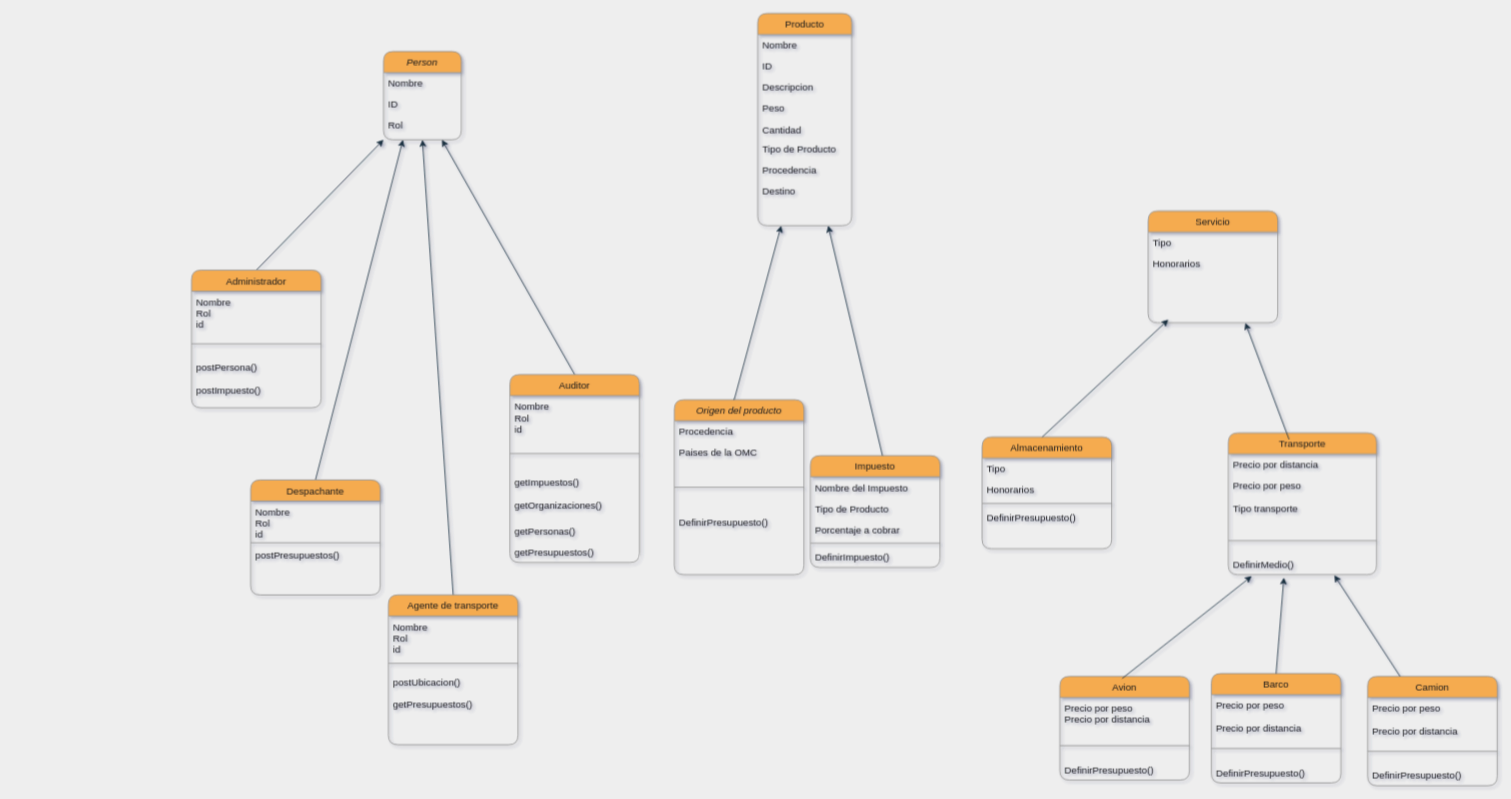
Earlier version of the draw.io diagram Diagrama_de_clases.drawio (LP3kmikristian/TP_ARCE_DOREGO). Source tidied: cells renumbered, new cells numbered last; positions are measured from the earlier drawing's top-left corner, leaving out a move shared by most shapes. Both pictures are drawn from the tidied source at 81%, with x=0, y=0 at pixel (191, 13).
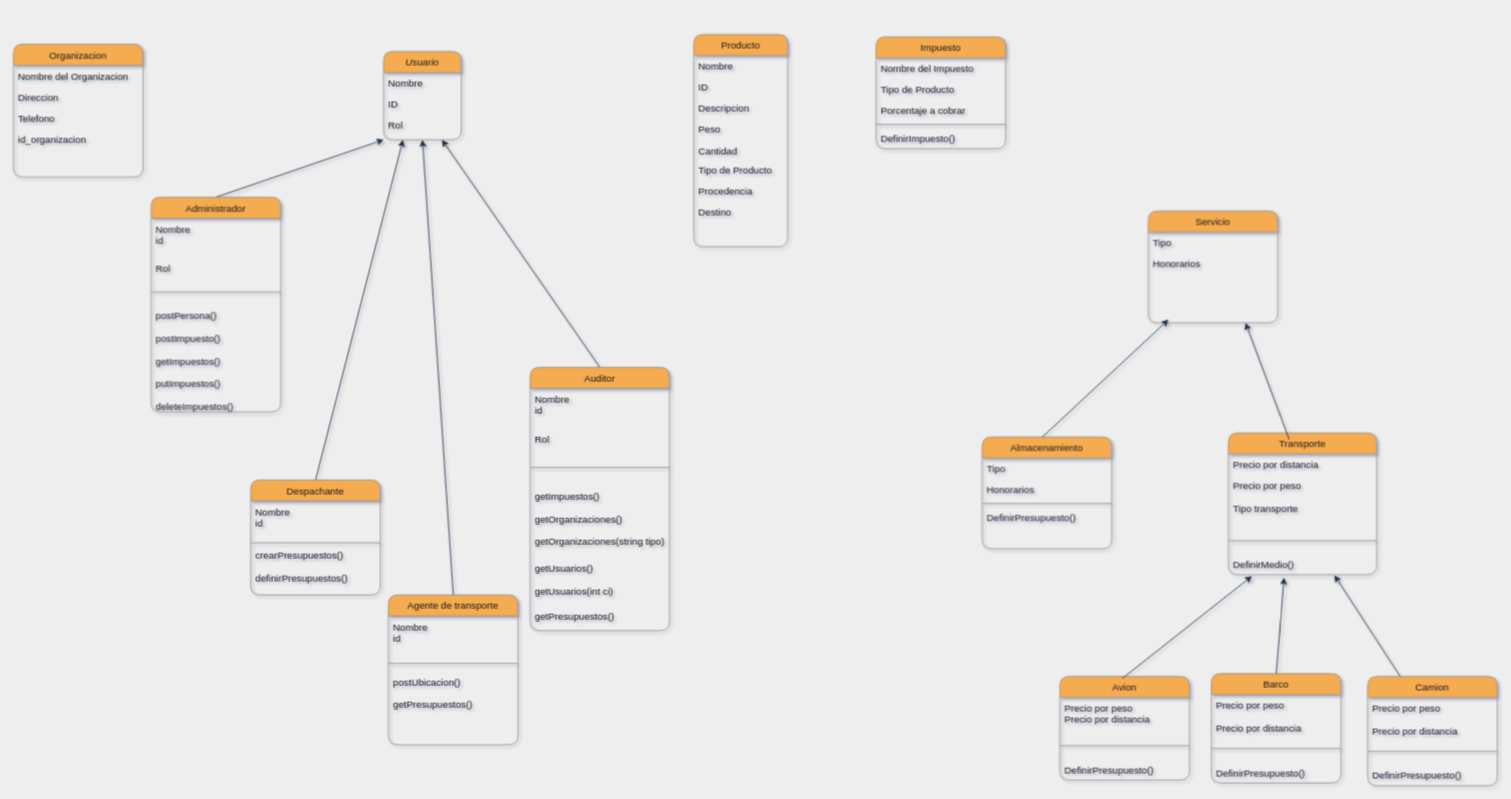
Above is the later version.

The change refers to these unchanged cells:
```xml
<mxCell id="41" value="Despachante" style="swimlane;fontStyle=0;align=center;verticalAlign=top;horizontal=1;startSize=26;rounded=1;shadow=0;strokeWidth=1;fillColor=#F5AB50;strokeColor=#909090;fontColor=#1A1A1A;" parent="1" vertex="1">
  <mxGeometry x="73" y="576" width="160" height="142" as="geometry" />
</mxCell>
<mxCell id="46" value="Agente de transporte" style="swimlane;fontStyle=0;align=center;verticalAlign=top;horizontal=1;startSize=26;rounded=1;shadow=0;strokeWidth=1;fillColor=#F5AB50;strokeColor=#909090;fontColor=#1A1A1A;" parent="1" vertex="1">
  <mxGeometry x="243" y="718" width="160" height="185" as="geometry" />
</mxCell>
```

Change to the diagram source:
```diff
@@
-    <mxCell id="2" value="Person" style="swimlane;fontStyle=2;align=center;verticalAlign=top;horizontal=1;startSize=26;rounded=1;shadow=0;strokeWidth=1;fillColor=#F5AB50;strokeColor=#909090;fontColor=#1A1A1A;" parent="1" vertex="1">
+    <mxCell id="2" value="Usuario" style="swimlane;fontStyle=2;align=center;verticalAlign=top;horizontal=1;startSize=26;rounded=1;shadow=0;strokeWidth=1;fillColor=#F5AB50;strokeColor=#909090;fontColor=#1A1A1A;" parent="1" vertex="1">
       <mxGeometry x="237" y="47" width="96" height="109" as="geometry" />
     </mxCell>
@@
-    <mxCell id="5" value="Rol" style="text;strokeColor=none;fillColor=none;align=left;verticalAlign=top;spacingLeft=4;spacingRight=4;overflow=hidden;rounded=1;fontColor=#1A1A1A;" parent="2" vertex="1">
-      <mxGeometry y="78" width="96" height="26" as="geometry" />
-    </mxCell>
+    <mxCell id="81" value="Rol" style="text;align=left;verticalAlign=top;spacingLeft=4;spacingRight=4;overflow=hidden;rounded=1;shadow=0;html=0;fontColor=#1A1A1A;" parent="2" vertex="1">
+      <mxGeometry y="78" width="96" height="26" as="geometry" />
+    </mxCell>
@@
     <mxCell id="13" value="Producto" style="swimlane;fontStyle=0;align=center;verticalAlign=top;horizontal=1;startSize=26;rounded=1;shadow=0;strokeWidth=1;fillColor=#F5AB50;strokeColor=#909090;fontColor=#1A1A1A;" parent="1" vertex="1">
-      <mxGeometry x="699" width="116" height="262" as="geometry" />
+      <mxGeometry x="620" y="26" width="116" height="262" as="geometry" />
     </mxCell>
@@
-    <mxCell id="27" value="Origen del producto" style="swimlane;fontStyle=2;align=center;verticalAlign=top;horizontal=1;startSize=26;rounded=1;shadow=0;strokeWidth=1;fillColor=#F5AB50;strokeColor=#909090;fontColor=#1A1A1A;" parent="1" vertex="1">
-      <mxGeometry x="596" y="477" width="160" height="216" as="geometry" />
-    </mxCell>
-    <mxCell id="28" value="Procedencia" style="text;align=left;verticalAlign=top;spacingLeft=4;spacingRight=4;overflow=hidden;fontColor=#1A1A1A;rounded=1;" parent="27" vertex="1">
-      <mxGeometry y="26" width="160" height="26" as="geometry" />
-    </mxCell>
-    <mxCell id="29" value="Paises de la OMC" style="text;strokeColor=none;fillColor=none;align=left;verticalAlign=top;spacingLeft=4;spacingRight=4;overflow=hidden;rounded=1;fontColor=#1A1A1A;" parent="27" vertex="1">
-      <mxGeometry y="52" width="160" height="26" as="geometry" />
-    </mxCell>
-    <mxCell id="30" style="line;html=1;strokeWidth=1;align=left;verticalAlign=middle;spacingTop=-1;spacingLeft=3;spacingRight=3;labelPosition=right;fillColor=#F5AB50;strokeColor=#909090;fontColor=#1A1A1A;rounded=1;labelBackgroundColor=#EEEEEE;" parent="27" vertex="1">
-      <mxGeometry y="78" width="160" height="60" as="geometry" />
-    </mxCell>
-    <mxCell id="31" value="DefinirPresupuesto()" style="text;strokeColor=none;fillColor=none;align=left;verticalAlign=top;spacingLeft=4;spacingRight=4;overflow=hidden;rounded=1;fontColor=#1A1A1A;" parent="27" vertex="1">
-      <mxGeometry y="138" width="160" height="26" as="geometry" />
-    </mxCell>
@@
-    <mxCell id="42" value="Nombre&#10;Rol&#10;id" style="text;align=left;verticalAlign=top;spacingLeft=4;spacingRight=4;overflow=hidden;fontColor=#1A1A1A;rounded=1;" parent="41" vertex="1">
+    <mxCell id="42" value="Nombre&#10;id" style="text;align=left;verticalAlign=top;spacingLeft=4;spacingRight=4;overflow=hidden;fontColor=#1A1A1A;rounded=1;" parent="41" vertex="1">
       <mxGeometry y="26" width="160" height="49" as="geometry" />
     </mxCell>
@@
-    <mxCell id="44" value="postPresupuestos()&#10;" style="text;align=left;verticalAlign=top;spacingLeft=4;spacingRight=4;overflow=hidden;fontColor=#1A1A1A;rounded=1;" parent="41" vertex="1">
+    <mxCell id="44" value="crearPresupuestos()&#10;&#10;definirPresupuestos()&#10;" style="text;align=left;verticalAlign=top;spacingLeft=4;spacingRight=4;overflow=hidden;fontColor=#1A1A1A;rounded=1;" parent="41" vertex="1">
       <mxGeometry y="80" width="160" height="60" as="geometry" />
     </mxCell>
@@
-    <mxCell id="47" value="Nombre&#10;Rol&#10;id" style="text;align=left;verticalAlign=top;spacingLeft=4;spacingRight=4;overflow=hidden;fontColor=#1A1A1A;rounded=1;" parent="46" vertex="1">
+    <mxCell id="47" value="Nombre&#10;id" style="text;align=left;verticalAlign=top;spacingLeft=4;spacingRight=4;overflow=hidden;fontColor=#1A1A1A;rounded=1;" parent="46" vertex="1">
       <mxGeometry y="26" width="160" height="49" as="geometry" />
     </mxCell>
@@
     <mxCell id="51" value="Auditor" style="swimlane;fontStyle=0;align=center;verticalAlign=top;horizontal=1;startSize=26;rounded=1;shadow=0;strokeWidth=1;fillColor=#F5AB50;strokeColor=#909090;fontColor=#1A1A1A;" parent="1" vertex="1">
-      <mxGeometry x="393" y="446" width="160" height="232" as="geometry" />
+      <mxGeometry x="418" y="437" width="172" height="325" as="geometry" />
     </mxCell>
-    <mxCell id="52" value="Nombre&#10;Rol&#10;id" style="text;align=left;verticalAlign=top;spacingLeft=4;spacingRight=4;overflow=hidden;fontColor=#1A1A1A;rounded=1;" parent="51" vertex="1">
-      <mxGeometry y="26" width="160" height="49" as="geometry" />
+    <mxCell id="52" value="Nombre&#10;id" style="text;align=left;verticalAlign=top;spacingLeft=4;spacingRight=4;overflow=hidden;fontColor=#1A1A1A;rounded=1;" parent="51" vertex="1">
+      <mxGeometry y="26" width="172" height="49" as="geometry" />
     </mxCell>
+    <mxCell id="82" value="Rol" style="text;align=left;verticalAlign=top;spacingLeft=4;spacingRight=4;overflow=hidden;rounded=1;shadow=0;html=0;fontColor=#1A1A1A;" parent="51" vertex="1">
+      <mxGeometry y="75" width="172" height="26" as="geometry" />
+    </mxCell>
     <mxCell id="53" style="line;html=1;strokeWidth=1;align=left;verticalAlign=middle;spacingTop=-1;spacingLeft=3;spacingRight=3;labelPosition=right;fillColor=#F5AB50;strokeColor=#909090;fontColor=#1A1A1A;rounded=1;labelBackgroundColor=#EEEEEE;" parent="51" vertex="1">
-      <mxGeometry y="75" width="160" height="45" as="geometry" />
+      <mxGeometry y="101" width="172" height="45" as="geometry" />
     </mxCell>
-    <mxCell id="54" value="getImpuestos()&#10;&#10;getOrganizaciones()&#10;&#10;&#10;" style="text;align=left;verticalAlign=top;spacingLeft=4;spacingRight=4;overflow=hidden;fontColor=#1A1A1A;rounded=1;" parent="51" vertex="1">
-      <mxGeometry y="120" width="160" height="60" as="geometry" />
+    <mxCell id="54" value="getImpuestos()&#10;&#10;getOrganizaciones()&#10;&#10;getOrganizaciones(string tipo)&#10;&#10;&#10;" style="text;align=left;verticalAlign=top;spacingLeft=4;spacingRight=4;overflow=hidden;fontColor=#1A1A1A;rounded=1;" parent="51" vertex="1">
+      <mxGeometry y="146" width="172" height="89" as="geometry" />
     </mxCell>
-    <mxCell id="55" value="getPersonas()" style="text;align=left;verticalAlign=top;spacingLeft=4;spacingRight=4;overflow=hidden;fontColor=#1A1A1A;rounded=1;" parent="51" vertex="1">
-      <mxGeometry y="180" width="160" height="26" as="geometry" />
+    <mxCell id="55" value="getUsuarios()&#10;&#10;getUsuarios(int ci)&#10;" style="text;align=left;verticalAlign=top;spacingLeft=4;spacingRight=4;overflow=hidden;fontColor=#1A1A1A;rounded=1;" parent="51" vertex="1">
+      <mxGeometry y="235" width="172" height="59" as="geometry" />
     </mxCell>
     <mxCell id="56" value="getPresupuestos()" style="text;align=left;verticalAlign=top;spacingLeft=4;spacingRight=4;overflow=hidden;fontColor=#1A1A1A;rounded=1;" parent="51" vertex="1">
-      <mxGeometry y="206" width="160" height="26" as="geometry" />
+      <mxGeometry y="294" width="172" height="26" as="geometry" />
     </mxCell>
@@
     <mxCell id="63" value="Administrador" style="swimlane;fontStyle=0;align=center;verticalAlign=top;horizontal=1;startSize=26;rounded=1;shadow=0;strokeWidth=1;fillColor=#F5AB50;strokeColor=#909090;fontColor=#1A1A1A;" parent="1" vertex="1">
-      <mxGeometry y="317" width="160" height="170" as="geometry" />
+      <mxGeometry x="-50" y="227" width="160" height="265" as="geometry" />
     </mxCell>
@@
-    <mxCell id="65" value="Nombre&#10;Rol&#10;id" style="text;align=left;verticalAlign=top;spacingLeft=4;spacingRight=4;overflow=hidden;fontColor=#1A1A1A;rounded=1;" parent="63" vertex="1">
+    <mxCell id="65" value="Nombre&#10;id" style="text;align=left;verticalAlign=top;spacingLeft=4;spacingRight=4;overflow=hidden;fontColor=#1A1A1A;rounded=1;" parent="63" vertex="1">
       <mxGeometry y="26" width="160" height="49" as="geometry" />
     </mxCell>
+    <mxCell id="83" value="Rol" style="text;align=left;verticalAlign=top;spacingLeft=4;spacingRight=4;overflow=hidden;rounded=1;shadow=0;html=0;fontColor=#1A1A1A;" parent="63" vertex="1">
+      <mxGeometry y="75" width="160" height="26" as="geometry" />
+    </mxCell>
     <mxCell id="66" style="line;html=1;strokeWidth=1;align=left;verticalAlign=middle;spacingTop=-1;spacingLeft=3;spacingRight=3;labelPosition=right;fillColor=#F5AB50;strokeColor=#909090;fontColor=#1A1A1A;rounded=1;labelBackgroundColor=#EEEEEE;" parent="63" vertex="1">
-      <mxGeometry y="75" width="160" height="32" as="geometry" />
+      <mxGeometry y="101" width="160" height="32" as="geometry" />
     </mxCell>
-    <mxCell id="67" value="postPersona()&#10;&#10;postImpuesto()" style="text;align=left;verticalAlign=top;spacingLeft=4;spacingRight=4;overflow=hidden;fontColor=#1A1A1A;rounded=1;" parent="63" vertex="1">
-      <mxGeometry y="107" width="160" height="60" as="geometry" />
+    <mxCell id="67" value="postPersona()&#10;&#10;postImpuesto()&#10;&#10;getImpuestos()&#10;&#10;putImpuestos()&#10;&#10;deleteImpuestos()" style="text;align=left;verticalAlign=top;spacingLeft=4;spacingRight=4;overflow=hidden;fontColor=#1A1A1A;rounded=1;" parent="63" vertex="1">
+      <mxGeometry y="133" width="160" height="132" as="geometry" />
     </mxCell>
     <mxCell id="68" value="Impuesto" style="swimlane;fontStyle=0;align=center;verticalAlign=top;horizontal=1;startSize=26;rounded=1;shadow=0;strokeWidth=1;fillColor=#F5AB50;strokeColor=#909090;fontColor=#1A1A1A;" parent="1" vertex="1">
-      <mxGeometry x="764" y="546" width="160" height="138" as="geometry" />
+      <mxGeometry x="845" y="29" width="160" height="138" as="geometry" />
     </mxCell>
@@
-    <mxCell id="74" style="edgeStyle=none;rounded=0;jettySize=auto;html=1;exitX=0.5;exitY=0;exitDx=0;exitDy=0;entryX=0.75;entryY=1;entryDx=0;entryDy=0;strokeColor=#182E3E;fontColor=#1A1A1A;labelBackgroundColor=#EEEEEE;" parent="1" edge="1" target="13">
-      <mxGeometry relative="1" as="geometry">
-        <mxPoint x="853" y="546" as="sourcePoint" />
-      </mxGeometry>
-    </mxCell>
-    <mxCell id="75" style="edgeStyle=none;rounded=0;jettySize=auto;html=1;entryX=0.25;entryY=1;entryDx=0;entryDy=0;strokeColor=#182E3E;fontColor=#1A1A1A;labelBackgroundColor=#EEEEEE;" parent="1" edge="1" target="13">
-      <mxGeometry relative="1" as="geometry">
-        <mxPoint x="670" y="477" as="sourcePoint" />
-      </mxGeometry>
-    </mxCell>
@@
+    <mxCell id="84" value="Organizacion" style="swimlane;fontStyle=0;align=center;verticalAlign=top;horizontal=1;startSize=26;rounded=1;shadow=0;strokeWidth=1;fillColor=#F5AB50;strokeColor=#909090;fontColor=#1A1A1A;" parent="1" vertex="1">
+      <mxGeometry x="-220" y="38" width="160" height="164" as="geometry" />
+    </mxCell>
+    <mxCell id="85" value="Nombre del Organizacion" style="text;align=left;verticalAlign=top;spacingLeft=4;spacingRight=4;overflow=hidden;fontColor=#1A1A1A;rounded=1;" parent="84" vertex="1">
+      <mxGeometry y="26" width="160" height="26" as="geometry" />
+    </mxCell>
+    <mxCell id="86" value="Direccion" style="text;align=left;verticalAlign=top;spacingLeft=4;spacingRight=4;overflow=hidden;rounded=1;shadow=0;html=0;fontColor=#1A1A1A;" parent="84" vertex="1">
+      <mxGeometry y="52" width="160" height="26" as="geometry" />
+    </mxCell>
+    <mxCell id="87" value="Telefono" style="text;align=left;verticalAlign=top;spacingLeft=4;spacingRight=4;overflow=hidden;fontColor=#1A1A1A;rounded=1;" parent="84" vertex="1">
+      <mxGeometry y="78" width="160" height="26" as="geometry" />
+    </mxCell>
+    <mxCell id="88" value="id_organizacion" style="text;align=left;verticalAlign=top;spacingLeft=4;spacingRight=4;overflow=hidden;fontColor=#1A1A1A;rounded=1;" parent="84" vertex="1">
+      <mxGeometry y="104" width="160" height="26" as="geometry" />
+    </mxCell>
```
